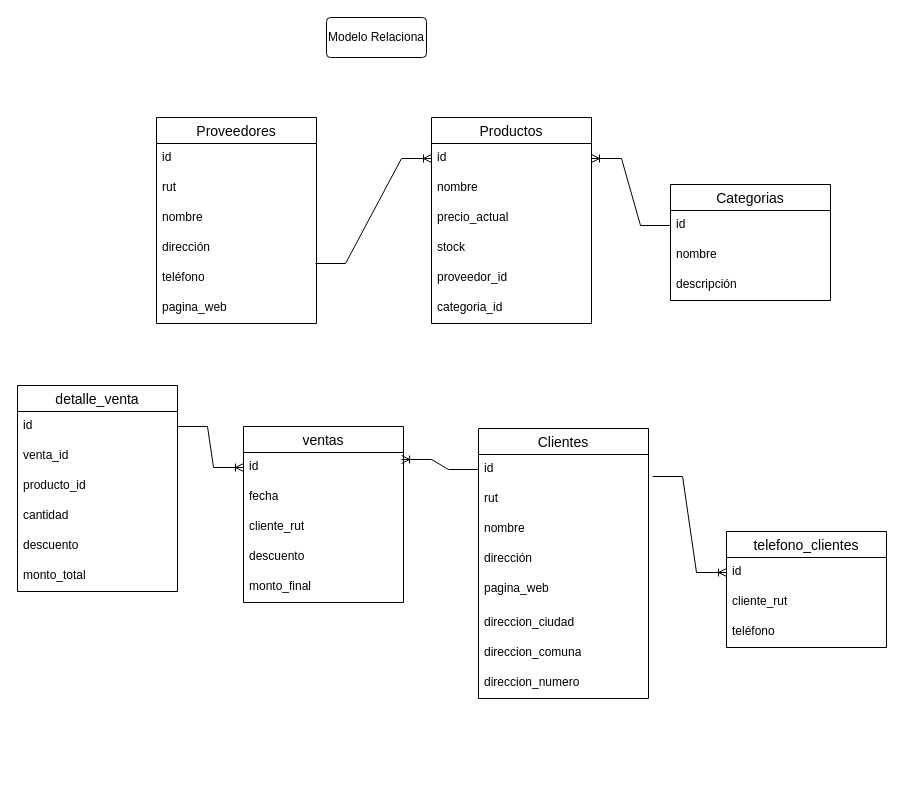
Above: Diagrama sin título.drawio in klichorf/C- (draw.io), before the change. Source tidied: cells renumbered, new cells numbered last; positions are measured from the earlier drawing's top-left corner, leaving out a move shared by most shapes. Both pictures are drawn from the tidied source at 100%, with x=0, y=0 at pixel (17, 17).
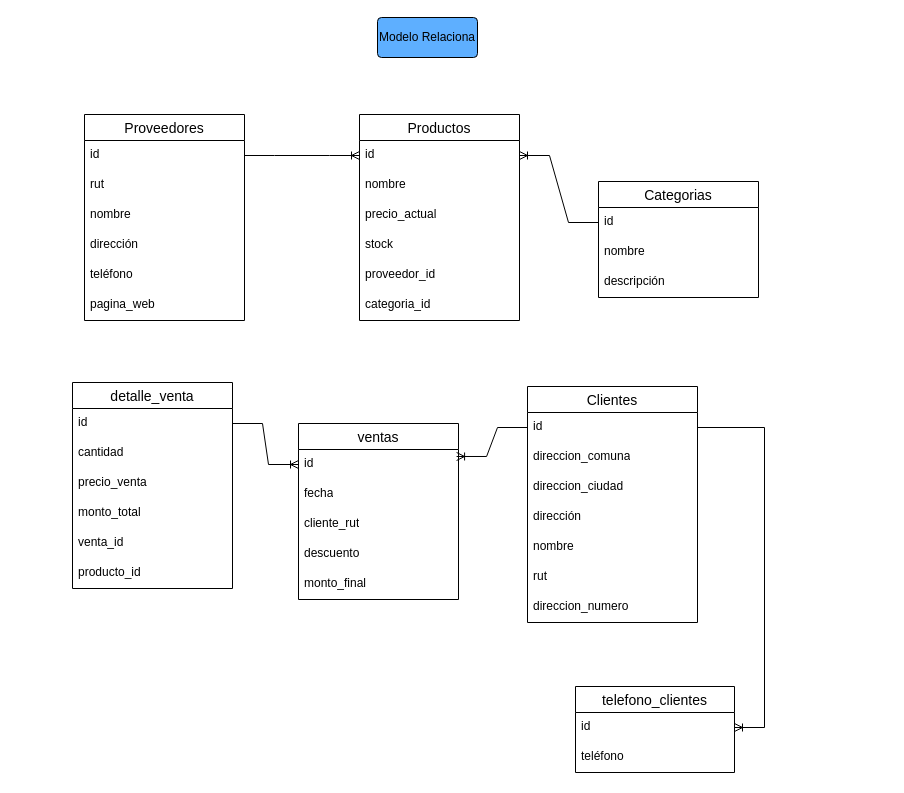
After the change.

Unchanged cells that the change refers to:
```xml
<mxCell id="4" value="id" style="text;strokeColor=none;fillColor=none;spacingLeft=4;spacingRight=4;overflow=hidden;points=[[0,0.5],[1,0.5]];portConstraint=eastwest;fontSize=12;whiteSpace=wrap;html=1;" parent="3" vertex="1">
  <mxGeometry y="26" width="160" height="30" as="geometry" />
</mxCell>
<mxCell id="8" value="teléfono&amp;nbsp;" style="text;strokeColor=none;fillColor=none;spacingLeft=4;spacingRight=4;overflow=hidden;points=[[0,0.5],[1,0.5]];portConstraint=eastwest;fontSize=12;whiteSpace=wrap;html=1;" parent="3" vertex="1">
  <mxGeometry y="146" width="160" height="30" as="geometry" />
</mxCell>
<mxCell id="11" value="id" style="text;strokeColor=none;fillColor=none;spacingLeft=4;spacingRight=4;overflow=hidden;points=[[0,0.5],[1,0.5]];portConstraint=eastwest;fontSize=12;whiteSpace=wrap;html=1;" parent="10" vertex="1">
  <mxGeometry y="26" width="160" height="30" as="geometry" />
</mxCell>
<mxCell id="22" value="id" style="text;strokeColor=none;fillColor=none;spacingLeft=4;spacingRight=4;overflow=hidden;points=[[0,0.5],[1,0.5]];portConstraint=eastwest;fontSize=12;whiteSpace=wrap;html=1;" parent="21" vertex="1">
  <mxGeometry y="26" width="170" height="30" as="geometry" />
</mxCell>
```

What changed in the source:
```diff
@@
-    <mxCell id="2" value="Modelo Relaciona" style="rounded=1;arcSize=10;whiteSpace=wrap;html=1;align=center;" parent="1" vertex="1">
-      <mxGeometry x="309" width="100" height="40" as="geometry" />
+    <mxCell id="2" value="Modelo Relaciona" style="rounded=1;arcSize=10;whiteSpace=wrap;html=1;align=center;fillColor=#5EAFFF;" parent="1" vertex="1">
+      <mxGeometry x="360" width="100" height="40" as="geometry" />
     </mxCell>
     <mxCell id="3" value="Proveedores" style="swimlane;fontStyle=0;horizontal=1;startSize=26;align=center;fontSize=14;" parent="1" vertex="1">
-      <mxGeometry x="139" y="100" width="160" height="206" as="geometry" />
+      <mxGeometry x="67" y="97" width="160" height="206" as="geometry" />
     </mxCell>
@@
     <mxCell id="10" value="Productos" style="swimlane;fontStyle=0;horizontal=1;startSize=26;align=center;fontSize=14;" parent="1" vertex="1">
-      <mxGeometry x="414" y="100" width="160" height="206" as="geometry" />
+      <mxGeometry x="342" y="97" width="160" height="206" as="geometry" />
     </mxCell>
@@
     <mxCell id="17" value="Categorias" style="swimlane;fontStyle=0;horizontal=1;startSize=26;align=center;fontSize=14;" parent="1" vertex="1">
-      <mxGeometry x="653" y="167" width="160" height="116" as="geometry" />
+      <mxGeometry x="581" y="164" width="160" height="116" as="geometry" />
     </mxCell>
@@
     <mxCell id="21" value="Clientes" style="swimlane;fontStyle=0;horizontal=1;startSize=26;align=center;fontSize=14;" parent="1" vertex="1">
-      <mxGeometry x="461" y="411" width="170" height="270" as="geometry" />
+      <mxGeometry x="510" y="369" width="170" height="236" as="geometry" />
     </mxCell>
@@
+    <mxCell id="28" value="direccion_comuna" style="text;strokeColor=none;fillColor=none;spacingLeft=4;spacingRight=4;overflow=hidden;fontSize=12;whiteSpace=wrap;html=1;" parent="21" vertex="1">
+      <mxGeometry y="56" width="170" height="30" as="geometry" />
+    </mxCell>
+    <mxCell id="27" value="direccion_ciudad&amp;nbsp;" style="text;strokeColor=none;fillColor=none;spacingLeft=4;spacingRight=4;overflow=hidden;fontSize=12;whiteSpace=wrap;html=1;" parent="21" vertex="1">
+      <mxGeometry y="86" width="170" height="30" as="geometry" />
+    </mxCell>
+    <mxCell id="25" value="dirección&amp;nbsp;" style="text;strokeColor=none;fillColor=none;spacingLeft=4;spacingRight=4;overflow=hidden;fontSize=12;whiteSpace=wrap;html=1;" parent="21" vertex="1">
+      <mxGeometry y="116" width="170" height="30" as="geometry" />
+    </mxCell>
+    <mxCell id="24" value="nombre" style="text;strokeColor=none;fillColor=none;spacingLeft=4;spacingRight=4;overflow=hidden;fontSize=12;whiteSpace=wrap;html=1;" parent="21" vertex="1">
+      <mxGeometry y="146" width="170" height="30" as="geometry" />
+    </mxCell>
     <mxCell id="23" value="rut" style="text;strokeColor=none;fillColor=none;spacingLeft=4;spacingRight=4;overflow=hidden;fontSize=12;whiteSpace=wrap;html=1;" parent="21" vertex="1">
-      <mxGeometry y="56" width="170" height="30" as="geometry" />
+      <mxGeometry y="176" width="170" height="30" as="geometry" />
     </mxCell>
-    <mxCell id="24" value="nombre" style="text;strokeColor=none;fillColor=none;spacingLeft=4;spacingRight=4;overflow=hidden;fontSize=12;whiteSpace=wrap;html=1;" parent="21" vertex="1">
-      <mxGeometry y="86" width="170" height="30" as="geometry" />
-    </mxCell>
-    <mxCell id="25" value="dirección&amp;nbsp;" style="text;strokeColor=none;fillColor=none;spacingLeft=4;spacingRight=4;overflow=hidden;fontSize=12;whiteSpace=wrap;html=1;" parent="21" vertex="1">
-      <mxGeometry y="116" width="170" height="30" as="geometry" />
-    </mxCell>
-    <mxCell id="26" value="pagina_web" style="text;strokeColor=none;fillColor=none;spacingLeft=4;spacingRight=4;overflow=hidden;fontSize=12;whiteSpace=wrap;html=1;" parent="21" vertex="1">
-      <mxGeometry y="146" width="170" height="34" as="geometry" />
-    </mxCell>
-    <mxCell id="27" value="direccion_ciudad&amp;nbsp;" style="text;strokeColor=none;fillColor=none;spacingLeft=4;spacingRight=4;overflow=hidden;fontSize=12;whiteSpace=wrap;html=1;" parent="21" vertex="1">
-      <mxGeometry y="180" width="170" height="30" as="geometry" />
-    </mxCell>
-    <mxCell id="28" value="direccion_comuna" style="text;strokeColor=none;fillColor=none;spacingLeft=4;spacingRight=4;overflow=hidden;fontSize=12;whiteSpace=wrap;html=1;" parent="21" vertex="1">
-      <mxGeometry y="210" width="170" height="30" as="geometry" />
-    </mxCell>
     <mxCell id="29" value="direccion_numero&lt;div&gt;&lt;br&gt;&lt;/div&gt;" style="text;strokeColor=none;fillColor=none;spacingLeft=4;spacingRight=4;overflow=hidden;fontSize=12;whiteSpace=wrap;html=1;" parent="21" vertex="1">
-      <mxGeometry y="240" width="170" height="30" as="geometry" />
+      <mxGeometry y="206" width="170" height="30" as="geometry" />
     </mxCell>
     <mxCell id="30" value="telefono_clientes" style="swimlane;fontStyle=0;horizontal=1;startSize=26;align=center;fontSize=14;" parent="1" vertex="1">
-      <mxGeometry x="709" y="514" width="160" height="116" as="geometry" />
+      <mxGeometry x="558" y="669" width="159" height="86" as="geometry" />
     </mxCell>
     <mxCell id="31" value="id" style="text;strokeColor=none;fillColor=none;spacingLeft=4;spacingRight=4;overflow=hidden;points=[[0,0.5],[1,0.5]];portConstraint=eastwest;fontSize=12;whiteSpace=wrap;html=1;" parent="30" vertex="1">
-      <mxGeometry y="26" width="160" height="30" as="geometry" />
+      <mxGeometry y="26" width="159" height="30" as="geometry" />
     </mxCell>
-    <mxCell id="32" value=" cliente_rut" style="text;strokeColor=none;fillColor=none;spacingLeft=4;spacingRight=4;overflow=hidden;fontSize=12;whiteSpace=wrap;html=1;" parent="30" vertex="1">
-      <mxGeometry y="56" width="160" height="30" as="geometry" />
-    </mxCell>
     <mxCell id="33" value="teléfono" style="text;strokeColor=none;fillColor=none;spacingLeft=4;spacingRight=4;overflow=hidden;fontSize=12;whiteSpace=wrap;html=1;" parent="30" vertex="1">
-      <mxGeometry y="86" width="160" height="30" as="geometry" />
+      <mxGeometry y="56" width="159" height="30" as="geometry" />
     </mxCell>
     <mxCell id="34" value="ventas" style="swimlane;fontStyle=0;horizontal=1;startSize=26;align=center;fontSize=14;" parent="1" vertex="1">
-      <mxGeometry x="226" y="409" width="160" height="176" as="geometry" />
+      <mxGeometry x="281" y="406" width="160" height="176" as="geometry" />
     </mxCell>
@@
     <mxCell id="40" value="detalle_venta" style="swimlane;fontStyle=0;horizontal=1;startSize=26;align=center;fontSize=14;" parent="1" vertex="1">
-      <mxGeometry y="368" width="160" height="206" as="geometry" />
+      <mxGeometry x="55" y="365" width="160" height="206" as="geometry" />
     </mxCell>
@@
-    <mxCell id="42" value="venta_id" style="text;strokeColor=none;fillColor=none;spacingLeft=4;spacingRight=4;overflow=hidden;fontSize=12;whiteSpace=wrap;html=1;" parent="40" vertex="1">
-      <mxGeometry y="56" width="160" height="30" as="geometry" />
-    </mxCell>
-    <mxCell id="43" value="producto_id" style="text;strokeColor=none;fillColor=none;spacingLeft=4;spacingRight=4;overflow=hidden;fontSize=12;whiteSpace=wrap;html=1;" parent="40" vertex="1">
-      <mxGeometry y="86" width="160" height="30" as="geometry" />
-    </mxCell>
     <mxCell id="44" value="cantidad" style="text;strokeColor=none;fillColor=none;spacingLeft=4;spacingRight=4;overflow=hidden;fontSize=12;whiteSpace=wrap;html=1;" parent="40" vertex="1">
-      <mxGeometry y="116" width="160" height="30" as="geometry" />
+      <mxGeometry y="56" width="160" height="30" as="geometry" />
     </mxCell>
-    <mxCell id="45" value=" descuento" style="text;strokeColor=none;fillColor=none;spacingLeft=4;spacingRight=4;overflow=hidden;fontSize=12;whiteSpace=wrap;html=1;" parent="40" vertex="1">
-      <mxGeometry y="146" width="160" height="30" as="geometry" />
+    <mxCell id="45" value=" precio_venta" style="text;strokeColor=none;fillColor=none;spacingLeft=4;spacingRight=4;overflow=hidden;fontSize=12;whiteSpace=wrap;html=1;" parent="40" vertex="1">
+      <mxGeometry y="86" width="160" height="30" as="geometry" />
     </mxCell>
     <mxCell id="46" value=" monto_total" style="text;strokeColor=none;fillColor=none;spacingLeft=4;spacingRight=4;overflow=hidden;fontSize=12;whiteSpace=wrap;html=1;" parent="40" vertex="1">
-      <mxGeometry y="176" width="160" height="30" as="geometry" />
+      <mxGeometry y="116" width="160" height="30" as="geometry" />
     </mxCell>
+    <mxCell id="42" value="venta_id" style="text;strokeColor=none;fillColor=none;spacingLeft=4;spacingRight=4;overflow=hidden;fontSize=12;whiteSpace=wrap;html=1;" parent="40" vertex="1">
+      <mxGeometry y="146" width="160" height="30" as="geometry" />
+    </mxCell>
+    <mxCell id="43" value="producto_id" style="text;strokeColor=none;fillColor=none;spacingLeft=4;spacingRight=4;overflow=hidden;fontSize=12;whiteSpace=wrap;html=1;" parent="40" vertex="1">
+      <mxGeometry y="176" width="160" height="30" as="geometry" />
+    </mxCell>
-    <mxCell id="47" style="edgeStyle=entityRelationEdgeStyle;fontSize=12;html=1;endArrow=ERoneToMany;rounded=0;exitX=0.994;exitY=0;exitDx=0;exitDy=0;exitPerimeter=0;entryX=0;entryY=0.5;entryDx=0;entryDy=0;" parent="1" edge="1" source="8" target="11">
+    <mxCell id="47" style="edgeStyle=entityRelationEdgeStyle;fontSize=12;html=1;endArrow=ERoneToMany;rounded=0;entryX=0;entryY=0.5;entryDx=0;entryDy=0;" parent="1" edge="1" source="4" target="11">
       <mxGeometry relative="1" as="geometry" />
     </mxCell>
@@
-    <mxCell id="49" style="edgeStyle=entityRelationEdgeStyle;fontSize=12;html=1;endArrow=ERoneToMany;rounded=0;exitX=1.024;exitY=0.733;exitDx=0;exitDy=0;exitPerimeter=0;" parent="1" edge="1" source="22" target="31">
+    <mxCell id="49" style="edgeStyle=entityRelationEdgeStyle;fontSize=12;html=1;endArrow=ERoneToMany;rounded=0;" parent="1" edge="1" source="22" target="31">
       <mxGeometry relative="1" as="geometry" />
     </mxCell>
```
